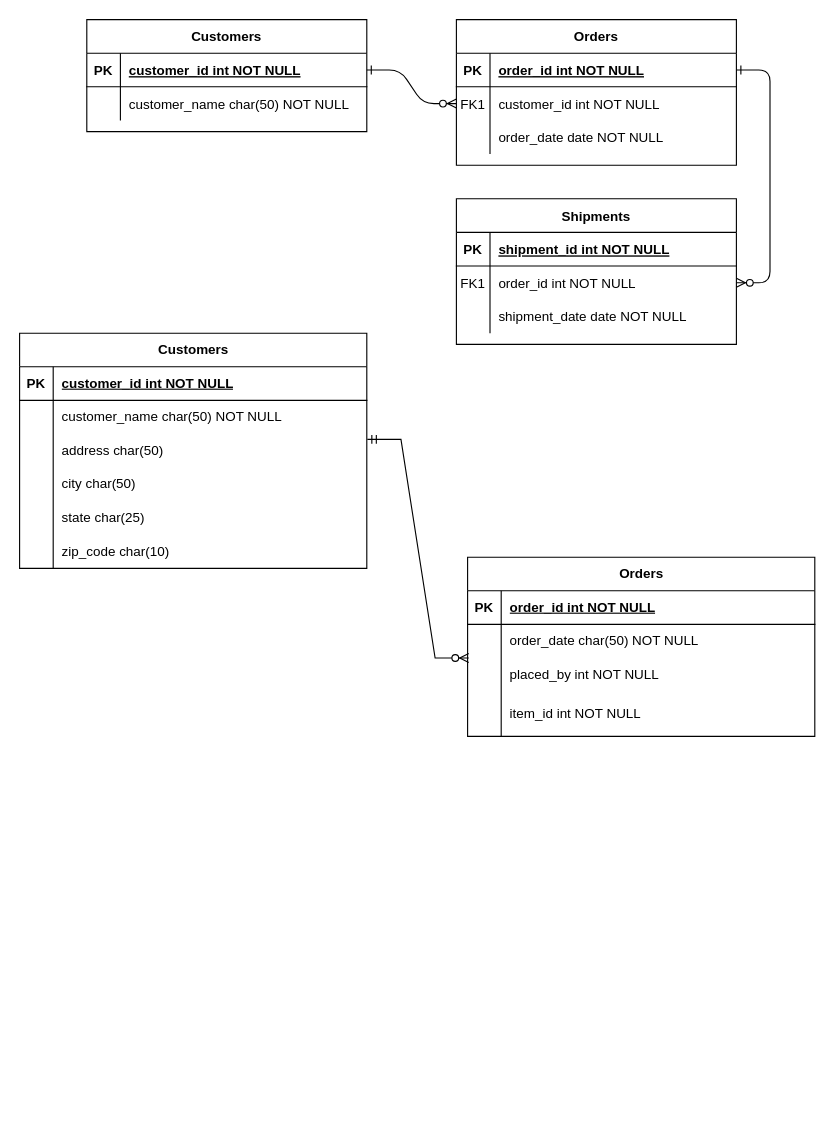
Before: Untitled Diagram.drawio in adao74/311_wk4_day2_node_mysql, a draw.io diagram. Source tidied: cells renumbered, new cells numbered last; positions are measured from the earlier drawing's top-left corner, leaving out a move shared by most shapes. Both pictures are drawn from the tidied source at 112%, with x=0, y=0 at pixel (19, 19).
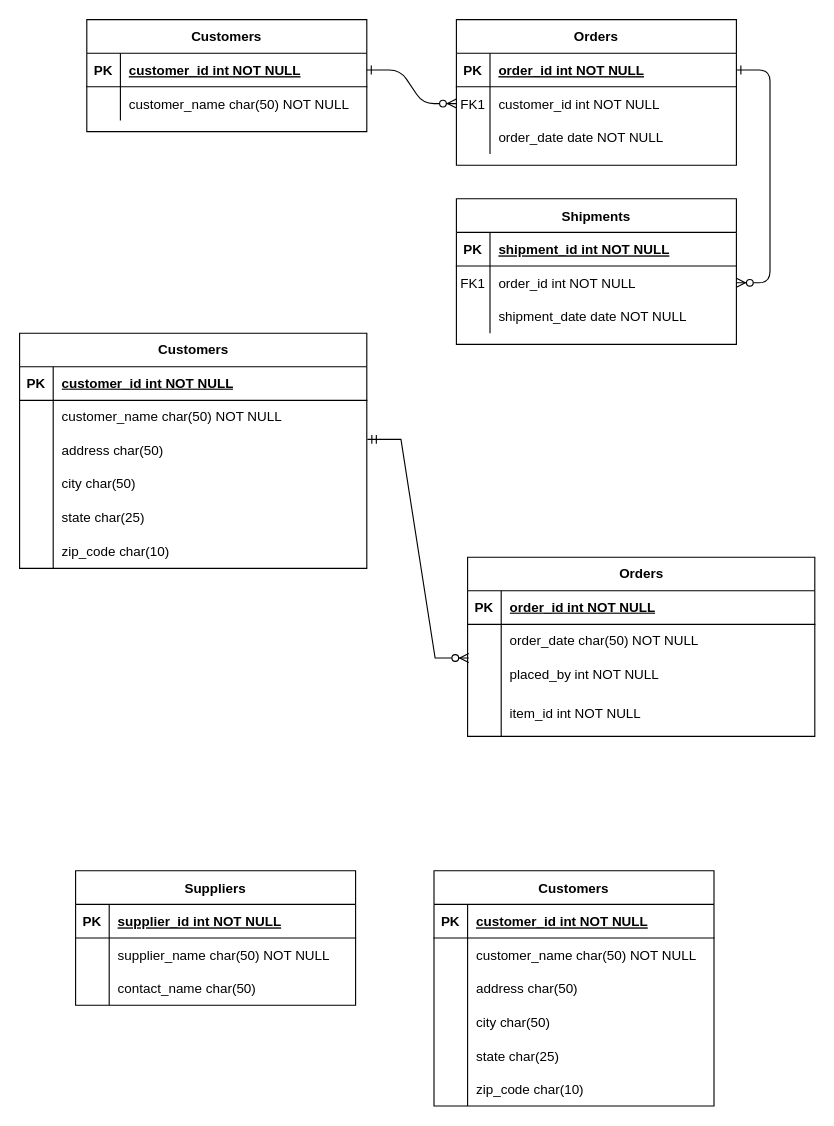
Above is the later version.

The edit, as a diff of the source:
```diff
@@
+    <mxCell id="64" value="Suppliers" style="shape=table;startSize=30;childLayout=tableLayout;rowLines=0;fontStyle=1;align=center;" parent="1" vertex="1">
+      <mxGeometry x="50" y="760" width="250" height="120" as="geometry" />
+    </mxCell>
+    <mxCell id="65" style="shape=tableRow;horizontal=0;startSize=0;swimlaneHead=0;swimlaneBody=0;fillColor=none;strokeColor=inherit;top=0;left=0;right=0;bottom=1;" parent="64" vertex="1">
+      <mxGeometry y="30" width="250" height="30" as="geometry" />
+    </mxCell>
+    <mxCell id="66" value="PK" style="shape=partialRectangle;overflow=hidden;fillColor=none;strokeColor=inherit;top=0;left=0;bottom=0;right=0;fontStyle=1;" parent="65" vertex="1">
+      <mxGeometry width="30" height="30" as="geometry" />
+    </mxCell>
+    <mxCell id="67" value="supplier_id int NOT NULL " style="shape=partialRectangle;overflow=hidden;fillColor=none;align=left;strokeColor=inherit;top=0;left=0;bottom=0;right=0;spacingLeft=6;fontStyle=5;" parent="65" vertex="1">
+      <mxGeometry x="30" width="220" height="30" as="geometry" />
+    </mxCell>
+    <mxCell id="68" style="shape=tableRow;horizontal=0;startSize=0;swimlaneHead=0;swimlaneBody=0;fillColor=none;strokeColor=inherit;top=0;left=0;right=0;bottom=0;" parent="64" vertex="1">
+      <mxGeometry y="60" width="250" height="30" as="geometry" />
+    </mxCell>
+    <mxCell id="69" style="shape=partialRectangle;overflow=hidden;fillColor=none;strokeColor=inherit;top=0;left=0;bottom=0;right=0;" parent="68" vertex="1">
+      <mxGeometry width="30" height="30" as="geometry" />
+    </mxCell>
+    <mxCell id="70" value="supplier_name char(50) NOT NULL" style="shape=partialRectangle;overflow=hidden;fillColor=none;align=left;strokeColor=inherit;top=0;left=0;bottom=0;right=0;spacingLeft=6;" parent="68" vertex="1">
+      <mxGeometry x="30" width="220" height="30" as="geometry" />
+    </mxCell>
+    <mxCell id="71" style="shape=tableRow;horizontal=0;startSize=0;swimlaneHead=0;swimlaneBody=0;fillColor=none;strokeColor=inherit;top=0;left=0;right=0;bottom=0;" parent="64" vertex="1">
+      <mxGeometry y="90" width="250" height="30" as="geometry" />
+    </mxCell>
+    <mxCell id="72" style="shape=partialRectangle;overflow=hidden;fillColor=none;strokeColor=inherit;top=0;left=0;bottom=0;right=0;" parent="71" vertex="1">
+      <mxGeometry width="30" height="30" as="geometry" />
+    </mxCell>
+    <mxCell id="73" value="contact_name char(50)" style="shape=partialRectangle;overflow=hidden;fillColor=none;align=left;strokeColor=inherit;top=0;left=0;bottom=0;right=0;spacingLeft=6;" parent="71" vertex="1">
+      <mxGeometry x="30" width="220" height="30" as="geometry" />
+    </mxCell>
+    <mxCell id="74" value="Customers" style="shape=table;startSize=30;childLayout=tableLayout;rowLines=0;fontStyle=1;align=center;" parent="1" vertex="1">
+      <mxGeometry x="370" y="760" width="250" height="210" as="geometry" />
+    </mxCell>
+    <mxCell id="75" style="shape=tableRow;horizontal=0;startSize=0;swimlaneHead=0;swimlaneBody=0;fillColor=none;strokeColor=inherit;top=0;left=0;right=0;bottom=1;" parent="74" vertex="1">
+      <mxGeometry y="30" width="250" height="30" as="geometry" />
+    </mxCell>
+    <mxCell id="76" value="PK" style="shape=partialRectangle;overflow=hidden;fillColor=none;strokeColor=inherit;top=0;left=0;bottom=0;right=0;fontStyle=1;" parent="75" vertex="1">
+      <mxGeometry width="30" height="30" as="geometry" />
+    </mxCell>
+    <mxCell id="77" value="customer_id int NOT NULL " style="shape=partialRectangle;overflow=hidden;fillColor=none;align=left;strokeColor=inherit;top=0;left=0;bottom=0;right=0;spacingLeft=6;fontStyle=5;" parent="75" vertex="1">
+      <mxGeometry x="30" width="220" height="30" as="geometry" />
+    </mxCell>
+    <mxCell id="78" style="shape=tableRow;horizontal=0;startSize=0;swimlaneHead=0;swimlaneBody=0;fillColor=none;strokeColor=inherit;top=0;left=0;right=0;bottom=0;" parent="74" vertex="1">
+      <mxGeometry y="60" width="250" height="30" as="geometry" />
+    </mxCell>
+    <mxCell id="79" style="shape=partialRectangle;overflow=hidden;fillColor=none;strokeColor=inherit;top=0;left=0;bottom=0;right=0;" parent="78" vertex="1">
+      <mxGeometry width="30" height="30" as="geometry" />
+    </mxCell>
+    <mxCell id="80" value="customer_name char(50) NOT NULL" style="shape=partialRectangle;overflow=hidden;fillColor=none;align=left;strokeColor=inherit;top=0;left=0;bottom=0;right=0;spacingLeft=6;" parent="78" vertex="1">
+      <mxGeometry x="30" width="220" height="30" as="geometry" />
+    </mxCell>
+    <mxCell id="81" style="shape=tableRow;horizontal=0;startSize=0;swimlaneHead=0;swimlaneBody=0;fillColor=none;strokeColor=inherit;top=0;left=0;right=0;bottom=0;" parent="74" vertex="1">
+      <mxGeometry y="90" width="250" height="30" as="geometry" />
+    </mxCell>
+    <mxCell id="82" style="shape=partialRectangle;overflow=hidden;fillColor=none;strokeColor=inherit;top=0;left=0;bottom=0;right=0;" parent="81" vertex="1">
+      <mxGeometry width="30" height="30" as="geometry" />
+    </mxCell>
+    <mxCell id="83" value="address char(50)" style="shape=partialRectangle;overflow=hidden;fillColor=none;align=left;strokeColor=inherit;top=0;left=0;bottom=0;right=0;spacingLeft=6;" parent="81" vertex="1">
+      <mxGeometry x="30" width="220" height="30" as="geometry" />
+    </mxCell>
+    <mxCell id="84" style="shape=tableRow;horizontal=0;startSize=0;swimlaneHead=0;swimlaneBody=0;fillColor=none;strokeColor=inherit;top=0;left=0;right=0;bottom=0;" parent="74" vertex="1">
+      <mxGeometry y="120" width="250" height="30" as="geometry" />
+    </mxCell>
+    <mxCell id="85" style="shape=partialRectangle;overflow=hidden;fillColor=none;strokeColor=inherit;top=0;left=0;bottom=0;right=0;" parent="84" vertex="1">
+      <mxGeometry width="30" height="30" as="geometry" />
+    </mxCell>
+    <mxCell id="86" value="city char(50)" style="shape=partialRectangle;overflow=hidden;fillColor=none;align=left;strokeColor=inherit;top=0;left=0;bottom=0;right=0;spacingLeft=6;" parent="84" vertex="1">
+      <mxGeometry x="30" width="220" height="30" as="geometry" />
+    </mxCell>
+    <mxCell id="87" style="shape=tableRow;horizontal=0;startSize=0;swimlaneHead=0;swimlaneBody=0;fillColor=none;strokeColor=inherit;top=0;left=0;right=0;bottom=0;" parent="74" vertex="1">
+      <mxGeometry y="150" width="250" height="30" as="geometry" />
+    </mxCell>
+    <mxCell id="88" style="shape=partialRectangle;overflow=hidden;fillColor=none;strokeColor=inherit;top=0;left=0;bottom=0;right=0;" parent="87" vertex="1">
+      <mxGeometry width="30" height="30" as="geometry" />
+    </mxCell>
+    <mxCell id="89" value="state char(25)" style="shape=partialRectangle;overflow=hidden;fillColor=none;align=left;strokeColor=inherit;top=0;left=0;bottom=0;right=0;spacingLeft=6;" parent="87" vertex="1">
+      <mxGeometry x="30" width="220" height="30" as="geometry" />
+    </mxCell>
+    <mxCell id="90" style="shape=tableRow;horizontal=0;startSize=0;swimlaneHead=0;swimlaneBody=0;fillColor=none;strokeColor=inherit;top=0;left=0;right=0;bottom=0;" parent="74" vertex="1">
+      <mxGeometry y="180" width="250" height="30" as="geometry" />
+    </mxCell>
+    <mxCell id="91" style="shape=partialRectangle;overflow=hidden;fillColor=none;strokeColor=inherit;top=0;left=0;bottom=0;right=0;" parent="90" vertex="1">
+      <mxGeometry width="30" height="30" as="geometry" />
+    </mxCell>
+    <mxCell id="92" value="zip_code char(10)" style="shape=partialRectangle;overflow=hidden;fillColor=none;align=left;strokeColor=inherit;top=0;left=0;bottom=0;right=0;spacingLeft=6;" parent="90" vertex="1">
+      <mxGeometry x="30" width="220" height="30" as="geometry" />
+    </mxCell>
```
